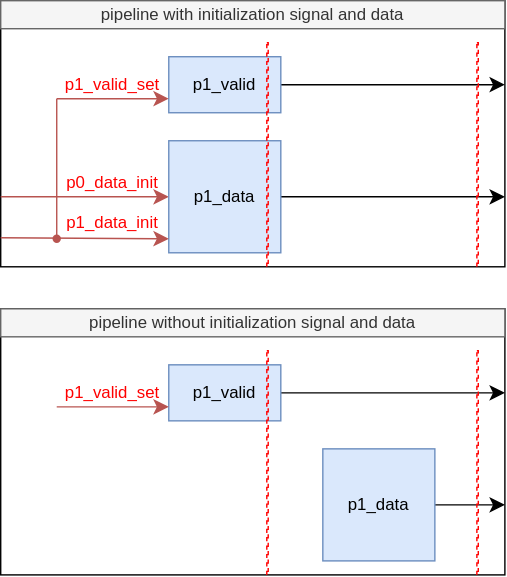
The draw.io diagram de/v_rule/include/pipeline_init.svg in jnjnliwenjie0022/obs, before a commit. Source tidied: cells renumbered, new cells last; positions are measured from the earlier drawing's top-left corner, leaving out a move shared by most shapes.
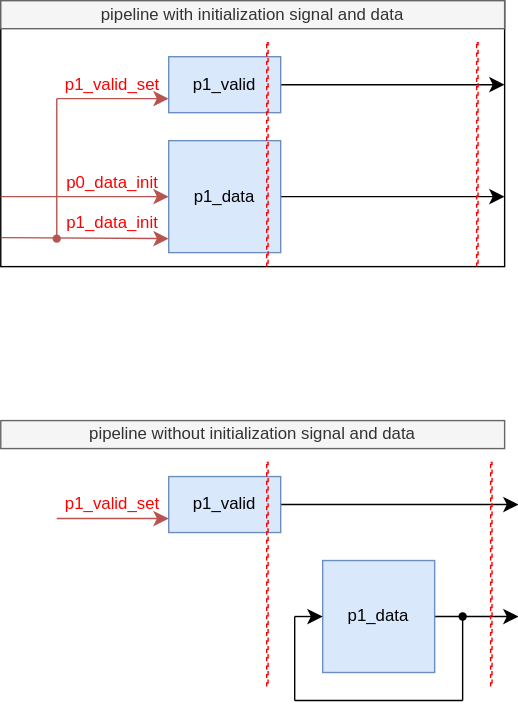
The same file after the commit.

Commit message:
vault backup: 2025-05-04 17:22:26

What changed in the source:
```diff
@@ -2,9 +2,6 @@
   <root>
     <mxCell id="0" />
     <mxCell id="1" parent="0" />
-    <mxCell id="2" style="whiteSpace=wrap;html=1;rotation=0;rounded=0;" parent="1" vertex="1">
-      <mxGeometry y="220" width="360" height="190" as="geometry" />
-    </mxCell>
     <mxCell id="3" style="whiteSpace=wrap;html=1;rotation=0;rounded=0;" parent="1" vertex="1">
       <mxGeometry width="360" height="190" as="geometry" />
     </mxCell>
@@ -58,46 +55,71 @@
     </mxCell>
     <mxCell id="16" style="edgeStyle=none;curved=1;rounded=0;jettySize=auto;html=1;fontSize=12;startSize=8;endSize=8;" parent="1" edge="1" source="17">
       <mxGeometry relative="1" as="geometry">
-        <mxPoint x="360" y="280" as="targetPoint" />
+        <mxPoint x="370" y="360" as="targetPoint" />
       </mxGeometry>
     </mxCell>
     <mxCell id="17" value="p1_valid" style="whiteSpace=wrap;html=1;rotation=0;fillColor=#dae8fc;strokeColor=#6c8ebf;points=[[0,0],[0,0.1],[0,0.2],[0,0.3],[0,0.4],[0,0.5],[0,0.6],[0,0.7],[0,0.8],[0,0.9],[0,1],[0.1,0],[0.2,0],[0.3,0],[0.4,0],[0.5,0],[0.6,0],[0.7,0],[0.8,0],[0.9,0],[1,0],[1,0.1],[1,0.2],[1,0.3],[1,0.4],[1,0.5],[1,0.6],[1,0.7],[1,0.8],[1,0.9],[0.1,1],[0.2,1],[0.3,1],[0.4,1],[0.5,1],[0.6,1],[0.7,1],[0.8,1],[0.9,1],[1,1]];rounded=0;" parent="1" vertex="1">
-      <mxGeometry x="120" y="260" width="80" height="40" as="geometry" />
+      <mxGeometry x="120" y="340" width="80" height="40" as="geometry" />
     </mxCell>
     <mxCell id="18" style="edgeStyle=none;curved=1;rounded=0;jettySize=auto;html=1;fontSize=12;startSize=8;endSize=8;" parent="1" edge="1" source="19">
       <mxGeometry relative="1" as="geometry">
-        <mxPoint x="360" y="360" as="targetPoint" />
+        <mxPoint x="370" y="440" as="targetPoint" />
       </mxGeometry>
     </mxCell>
     <mxCell id="19" value="p1_data" style="whiteSpace=wrap;html=1;rotation=0;fillColor=#dae8fc;strokeColor=#6c8ebf;points=[[0,0],[0,0.1],[0,0.2],[0,0.3],[0,0.4],[0,0.5],[0,0.6],[0,0.7],[0,0.8],[0,0.9],[0,1],[0.1,0],[0.2,0],[0.3,0],[0.4,0],[0.5,0],[0.6,0],[0.7,0],[0.8,0],[0.9,0],[1,0],[1,0.1],[1,0.2],[1,0.3],[1,0.4],[1,0.5],[1,0.6],[1,0.7],[1,0.8],[1,0.9],[0.1,1],[0.2,1],[0.3,1],[0.4,1],[0.5,1],[0.6,1],[0.7,1],[0.8,1],[0.9,1],[1,1]];rounded=0;" parent="1" vertex="1">
-      <mxGeometry x="230" y="320" width="80" height="80" as="geometry" />
+      <mxGeometry x="230" y="400" width="80" height="80" as="geometry" />
     </mxCell>
     <mxCell id="20" style="whiteSpace=wrap;html=1;rotation=0;rounded=0;dashed=1;fillColor=none;strokeColor=#FF0000;" parent="1" vertex="1">
-      <mxGeometry x="190" y="250" width="1" height="160" as="geometry" />
+      <mxGeometry x="190" y="330" width="1" height="160" as="geometry" />
     </mxCell>
     <mxCell id="21" style="edgeStyle=none;curved=1;rounded=0;orthogonalLoop=1;jettySize=auto;html=1;fontSize=12;startSize=8;endSize=8;fillColor=#f8cecc;strokeColor=#b85450;" parent="1" edge="1">
       <mxGeometry relative="1" as="geometry">
-        <mxPoint x="40" y="290" as="sourcePoint" />
-        <mxPoint x="120" y="290" as="targetPoint" />
+        <mxPoint x="40" y="370" as="sourcePoint" />
+        <mxPoint x="120" y="370" as="targetPoint" />
       </mxGeometry>
     </mxCell>
     <mxCell id="22" value="&lt;font color=&quot;#ff0000&quot;&gt;p1_valid_set&lt;/font&gt;" style="whiteSpace=wrap;html=1;rotation=0;rounded=0;strokeColor=none;fillColor=none;" parent="1" vertex="1">
-      <mxGeometry x="40" y="270" width="80" height="20" as="geometry" />
+      <mxGeometry x="40" y="350" width="80" height="20" as="geometry" />
     </mxCell>
     <mxCell id="23" value="pipeline with initialization signal and data" style="whiteSpace=wrap;html=1;rotation=0;rounded=0;fillColor=#f5f5f5;fontColor=#333333;strokeColor=#666666;" parent="1" vertex="1">
       <mxGeometry width="360" height="20" as="geometry" />
     </mxCell>
     <mxCell id="24" value="pipeline without initialization signal and data" style="whiteSpace=wrap;html=1;rotation=0;rounded=0;fillColor=#f5f5f5;fontColor=#333333;strokeColor=#666666;" parent="1" vertex="1">
-      <mxGeometry y="220" width="360" height="20" as="geometry" />
+      <mxGeometry y="300" width="360" height="20" as="geometry" />
     </mxCell>
     <mxCell id="25" style="whiteSpace=wrap;html=1;rotation=0;rounded=0;dashed=1;fillColor=none;strokeColor=#FF0000;" parent="1" vertex="1">
       <mxGeometry x="340" y="30" width="1" height="160" as="geometry" />
     </mxCell>
     <mxCell id="26" style="whiteSpace=wrap;html=1;rotation=0;rounded=0;dashed=1;fillColor=none;strokeColor=#FF0000;" parent="1" vertex="1">
-      <mxGeometry x="340" y="250" width="1" height="160" as="geometry" />
+      <mxGeometry x="350" y="330" width="1" height="160" as="geometry" />
     </mxCell>
     <mxCell id="27" value="&lt;font color=&quot;#ff0000&quot;&gt;p0_data_init&lt;/font&gt;" style="whiteSpace=wrap;html=1;rotation=0;rounded=0;strokeColor=none;fillColor=none;" parent="1" vertex="1">
       <mxGeometry x="40" y="120" width="80" height="20" as="geometry" />
     </mxCell>
+    <mxCell id="28" style="edgeStyle=none;curved=1;rounded=0;jettySize=auto;html=1;fontSize=12;startSize=8;endSize=8;endArrow=none;endFill=0;" parent="1" edge="1" source="29">
+      <mxGeometry relative="1" as="geometry">
+        <mxPoint x="330" y="500" as="targetPoint" />
+      </mxGeometry>
+    </mxCell>
+    <mxCell id="29" style="shape=waypoint;sketch=0;size=6;points=[];fillColor=none;perimeter=centerPerimeter;snapToPoint=1;" parent="1" vertex="1">
+      <mxGeometry x="320" y="430" width="20" height="20" as="geometry" />
+    </mxCell>
+    <mxCell id="30" style="edgeStyle=none;curved=1;rounded=0;jettySize=auto;html=1;entryX=0;entryY=0.5;entryDx=0;entryDy=0;fontSize=12;startSize=8;endSize=8;" parent="1" edge="1" target="19">
+      <mxGeometry relative="1" as="geometry">
+        <mxPoint x="210" y="440" as="sourcePoint" />
+      </mxGeometry>
+    </mxCell>
+    <mxCell id="31" style="edgeStyle=none;curved=1;rounded=0;orthogonalLoop=1;jettySize=auto;html=1;entryX=1.017;entryY=0.6;entryDx=0;entryDy=0;entryPerimeter=0;fontSize=12;startSize=8;endSize=8;endArrow=none;endFill=0;" parent="1" edge="1">
+      <mxGeometry relative="1" as="geometry">
+        <mxPoint x="330" y="500" as="sourcePoint" />
+        <mxPoint x="210" y="500" as="targetPoint" />
+      </mxGeometry>
+    </mxCell>
+    <mxCell id="32" style="edgeStyle=none;curved=1;rounded=0;orthogonalLoop=1;jettySize=auto;html=1;entryX=0.439;entryY=0.711;entryDx=0;entryDy=0;entryPerimeter=0;fontSize=12;startSize=8;endSize=8;endArrow=none;endFill=0;" parent="1" edge="1">
+      <mxGeometry relative="1" as="geometry">
+        <mxPoint x="210" y="500" as="sourcePoint" />
+        <mxPoint x="210" y="440" as="targetPoint" />
+      </mxGeometry>
+    </mxCell>
   </root>
 </mxGraphModel>
```
